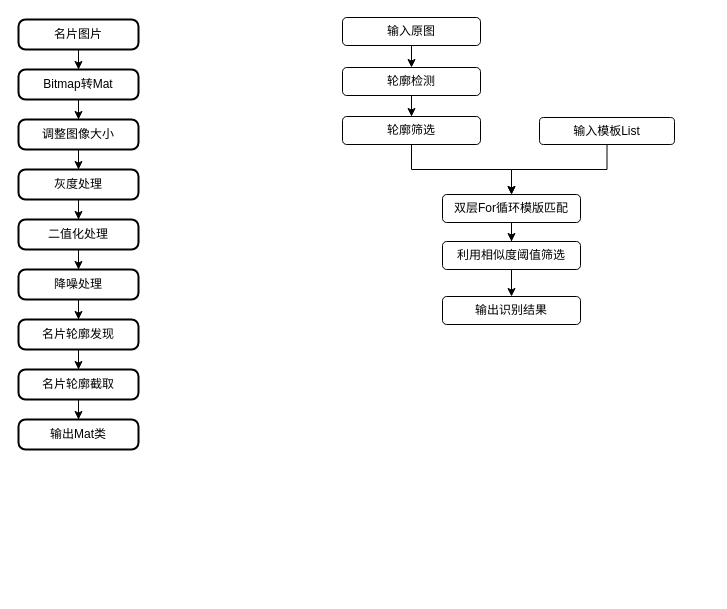
Earlier version of the draw.io diagram SchoolWork/未命名绘图.drawio (BestLmy/bestlmy). Source tidied: cells renumbered, new cells numbered last; positions are measured from the earlier drawing's top-left corner, leaving out a move shared by most shapes. Both pictures are drawn from the tidied source at 100%, with x=0, y=0 at pixel (18, 17).
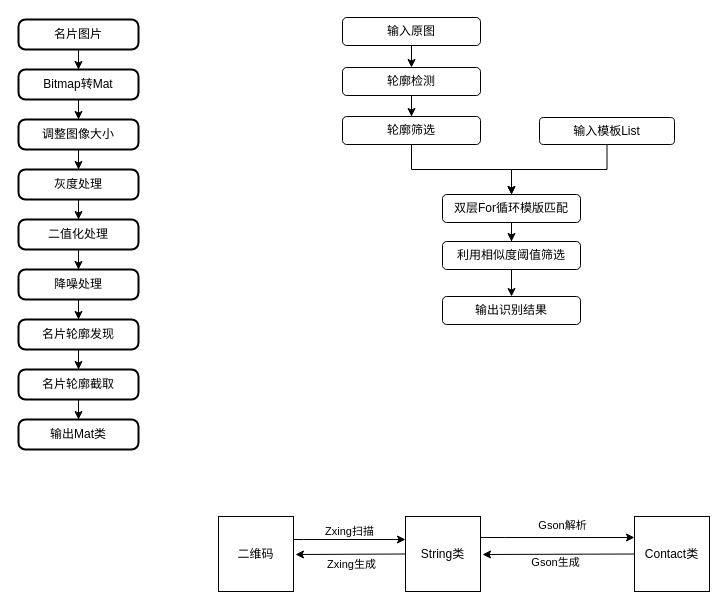
Above is the later version.

Commit message:
Update 未命名绘图.drawio

Diff of the diagram source:
```diff
@@
+    <mxCell id="32" value="Zxing扫描" style="edgeStyle=orthogonalEdgeStyle;rounded=0;jettySize=auto;html=1;" parent="1" edge="1" source="33" target="36">
+      <mxGeometry y="8" relative="1" as="geometry">
+        <Array as="points">
+          <mxPoint x="285" y="522" />
+          <mxPoint x="285" y="522" />
+        </Array>
+      </mxGeometry>
+    </mxCell>
+    <mxCell id="33" value="二维码" style="whiteSpace=wrap;html=1;" parent="1" vertex="1">
+      <mxGeometry x="200" y="499" width="75" height="75" as="geometry" />
+    </mxCell>
+    <mxCell id="34" value="Gson生成" style="edgeStyle=orthogonalEdgeStyle;rounded=0;jettySize=auto;html=1;" parent="1" edge="1" source="36" target="37">
+      <mxGeometry x="-0.02" y="-25" relative="1" as="geometry">
+        <Array as="points">
+          <mxPoint x="487" y="520" />
+          <mxPoint x="487" y="520" />
+        </Array>
+      </mxGeometry>
+    </mxCell>
+    <mxCell id="35" value="Gson解析" style="edgeLabel;html=1;align=center;verticalAlign=middle;" parent="34" vertex="1">
+      <mxGeometry x="-0.15" y="2" relative="1" as="geometry">
+        <mxPoint x="16" y="-11" as="offset" />
+      </mxGeometry>
+    </mxCell>
+    <mxCell id="36" value="String类" style="whiteSpace=wrap;html=1;" parent="1" vertex="1">
+      <mxGeometry x="387" y="499" width="75" height="75" as="geometry" />
+    </mxCell>
+    <mxCell id="37" value="Contact类" style="whiteSpace=wrap;html=1;" parent="1" vertex="1">
+      <mxGeometry x="616" y="499" width="75" height="75" as="geometry" />
+    </mxCell>
+    <mxCell id="38" style="endArrow=classic;html=1;exitX=0;exitY=0.5;exitDx=0;exitDy=0;" parent="1" edge="1" source="37">
+      <mxGeometry relative="1" as="geometry">
+        <mxPoint x="464" y="537" as="targetPoint" />
+      </mxGeometry>
+    </mxCell>
+    <mxCell id="39" value="Zxing生成" style="endArrow=classic;html=1;exitX=0;exitY=0.5;exitDx=0;exitDy=0;" parent="1" edge="1" source="36">
+      <mxGeometry x="-0.02" y="10" relative="1" as="geometry">
+        <mxPoint x="277" y="537" as="targetPoint" />
+      </mxGeometry>
+    </mxCell>
```
